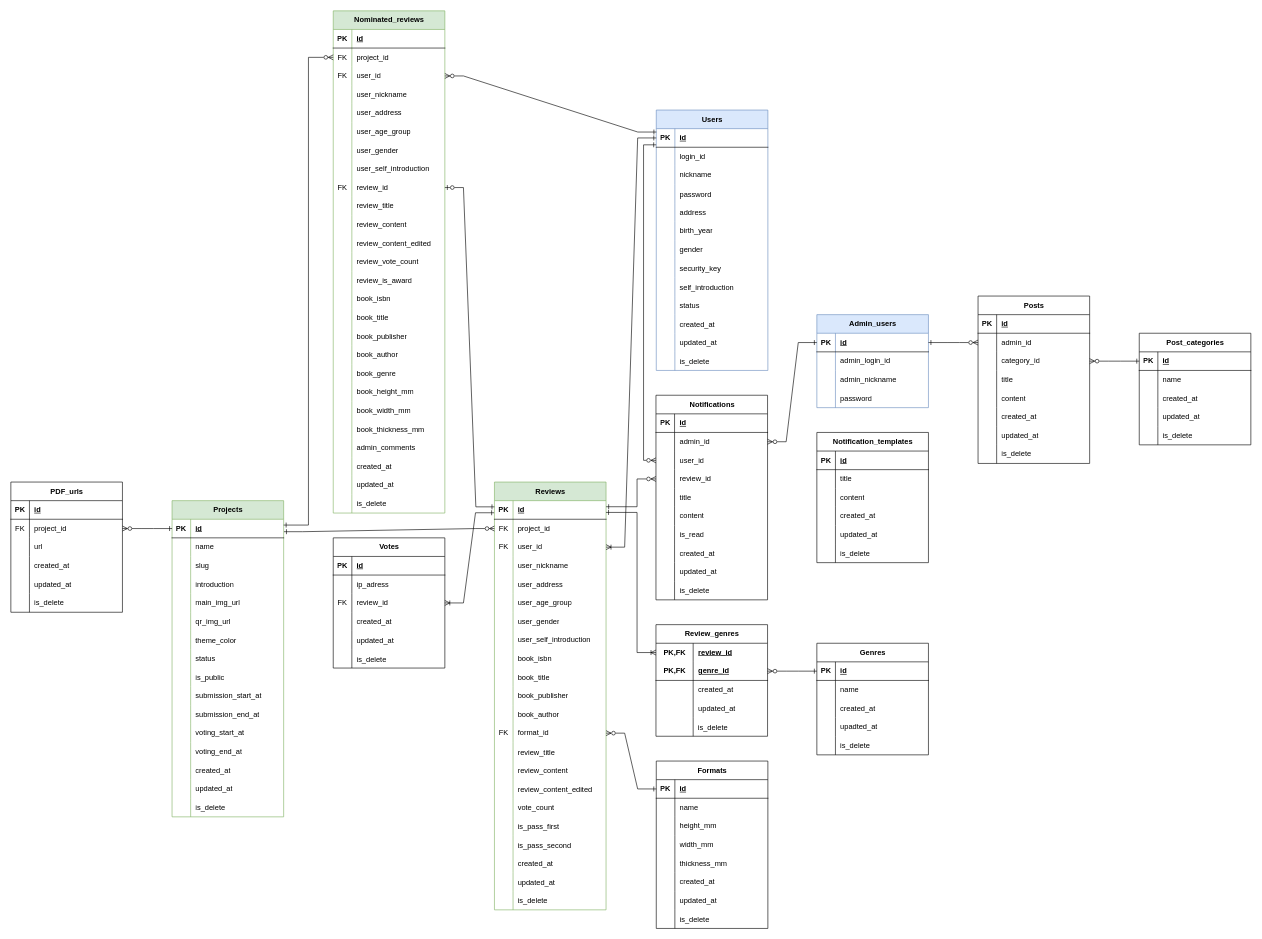
knagaki1225/zoutohana-documentation keeps this draw.io diagram as ER図.drawio. Above is the earlier version. Source tidied: cells renumbered, new cells numbered last; positions are measured from the earlier drawing's top-left corner, leaving out a move shared by most shapes. Both pictures are drawn from the tidied source at 62%, with x=0, y=0 at pixel (11, 11).
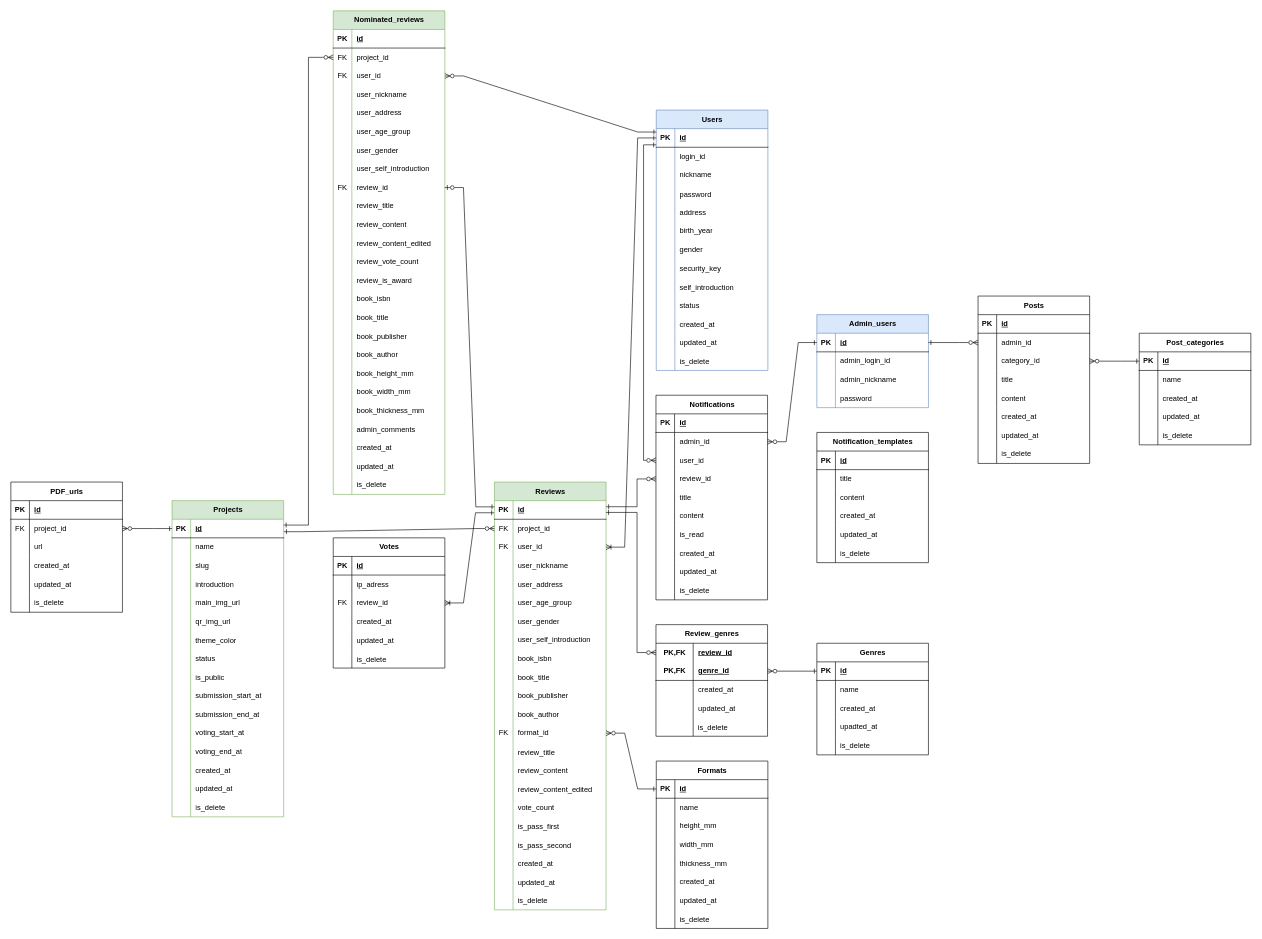
After the change.

Unchanged cells that the change refers to:
```xml
<mxCell id="84" style="shape=tableRow;horizontal=0;startSize=0;swimlaneHead=0;swimlaneBody=0;fillColor=none;points=[[0,0.5],[1,0.5]];portConstraint=eastwest;top=0;left=0;right=0;bottom=0;html=1;" parent="83" vertex="1">
  <mxGeometry y="30" width="180" height="30" as="geometry" />
</mxCell>
```

The edit, as a diff of the source:
```diff
@@
-    <mxCell id="237" style="fontSize=12;html=1;endArrow=ERoneToMany;startArrow=ERone;rounded=0;entryX=0;entryY=0.5;entryDx=0;entryDy=0;startFill=0;edgeStyle=orthogonalEdgeStyle;" parent="1" edge="1" target="84">
+    <mxCell id="237" style="fontSize=12;html=1;endArrow=ERzeroToMany;startArrow=ERone;rounded=0;entryX=0;entryY=0.5;entryDx=0;entryDy=0;startFill=0;edgeStyle=orthogonalEdgeStyle;endFill=0;" parent="1" edge="1" target="84">
       <mxGeometry relative="1" as="geometry">
         <mxPoint x="960" y="809" as="sourcePoint" />
         <Array as="points">
           <mxPoint x="1010" y="809" />
           <mxPoint x="1010" y="1035" />
         </Array>
       </mxGeometry>
     </mxCell>
@@
     <mxCell id="271" value="Nominated_reviews" style="shape=table;startSize=30;childLayout=tableLayout;rowLines=0;fontStyle=1;align=center;html=1;fillColor=#d5e8d4;strokeColor=#82b366;" parent="1" vertex="1">
-      <mxGeometry x="520" width="180" height="810" as="geometry" />
+      <mxGeometry x="520" width="180" height="780" as="geometry" />
     </mxCell>
@@
-    <mxCell id="326" style="shape=tableRow;horizontal=0;startSize=0;swimlaneHead=0;swimlaneBody=0;fillColor=none;top=0;left=0;right=0;bottom=0;" parent="271" vertex="1">
-      <mxGeometry y="570" width="180" height="30" as="geometry" />
-    </mxCell>
-    <mxCell id="327" style="shape=partialRectangle;fillColor=none;top=0;left=0;bottom=0;right=0;overflow=hidden;whiteSpace=wrap;html=1;" parent="326" vertex="1">
-      <mxGeometry width="30" height="30" as="geometry" />
-    </mxCell>
-    <mxCell id="328" value="book_genre" style="shape=partialRectangle;fillColor=none;top=0;left=0;bottom=0;right=0;align=left;spacingLeft=6;overflow=hidden;whiteSpace=wrap;html=1;" parent="326" vertex="1">
-      <mxGeometry x="30" width="150" height="30" as="geometry" />
-    </mxCell>
     <mxCell id="329" style="shape=tableRow;horizontal=0;startSize=0;swimlaneHead=0;swimlaneBody=0;fillColor=none;top=0;left=0;right=0;bottom=0;" parent="271" vertex="1">
-      <mxGeometry y="600" width="180" height="30" as="geometry" />
+      <mxGeometry y="570" width="180" height="30" as="geometry" />
     </mxCell>
@@
     <mxCell id="332" style="shape=tableRow;horizontal=0;startSize=0;swimlaneHead=0;swimlaneBody=0;fillColor=none;top=0;left=0;right=0;bottom=0;" parent="271" vertex="1">
-      <mxGeometry y="630" width="180" height="30" as="geometry" />
+      <mxGeometry y="600" width="180" height="30" as="geometry" />
     </mxCell>
@@
     <mxCell id="335" style="shape=tableRow;horizontal=0;startSize=0;swimlaneHead=0;swimlaneBody=0;fillColor=none;top=0;left=0;right=0;bottom=0;" parent="271" vertex="1">
-      <mxGeometry y="660" width="180" height="30" as="geometry" />
+      <mxGeometry y="630" width="180" height="30" as="geometry" />
     </mxCell>
@@
     <mxCell id="338" style="shape=tableRow;horizontal=0;startSize=0;swimlaneHead=0;swimlaneBody=0;fillColor=none;top=0;left=0;right=0;bottom=0;" parent="271" vertex="1">
-      <mxGeometry y="690" width="180" height="30" as="geometry" />
+      <mxGeometry y="660" width="180" height="30" as="geometry" />
     </mxCell>
@@
     <mxCell id="341" style="shape=tableRow;horizontal=0;startSize=0;swimlaneHead=0;swimlaneBody=0;fillColor=none;top=0;left=0;right=0;bottom=0;" parent="271" vertex="1">
-      <mxGeometry y="720" width="180" height="30" as="geometry" />
+      <mxGeometry y="690" width="180" height="30" as="geometry" />
     </mxCell>
@@
     <mxCell id="344" style="shape=tableRow;horizontal=0;startSize=0;swimlaneHead=0;swimlaneBody=0;fillColor=none;top=0;left=0;right=0;bottom=0;" parent="271" vertex="1">
-      <mxGeometry y="750" width="180" height="30" as="geometry" />
+      <mxGeometry y="720" width="180" height="30" as="geometry" />
     </mxCell>
@@
     <mxCell id="347" style="shape=tableRow;horizontal=0;startSize=0;swimlaneHead=0;swimlaneBody=0;fillColor=none;top=0;left=0;right=0;bottom=0;" parent="271" vertex="1">
-      <mxGeometry y="780" width="180" height="30" as="geometry" />
+      <mxGeometry y="750" width="180" height="30" as="geometry" />
     </mxCell>
```
